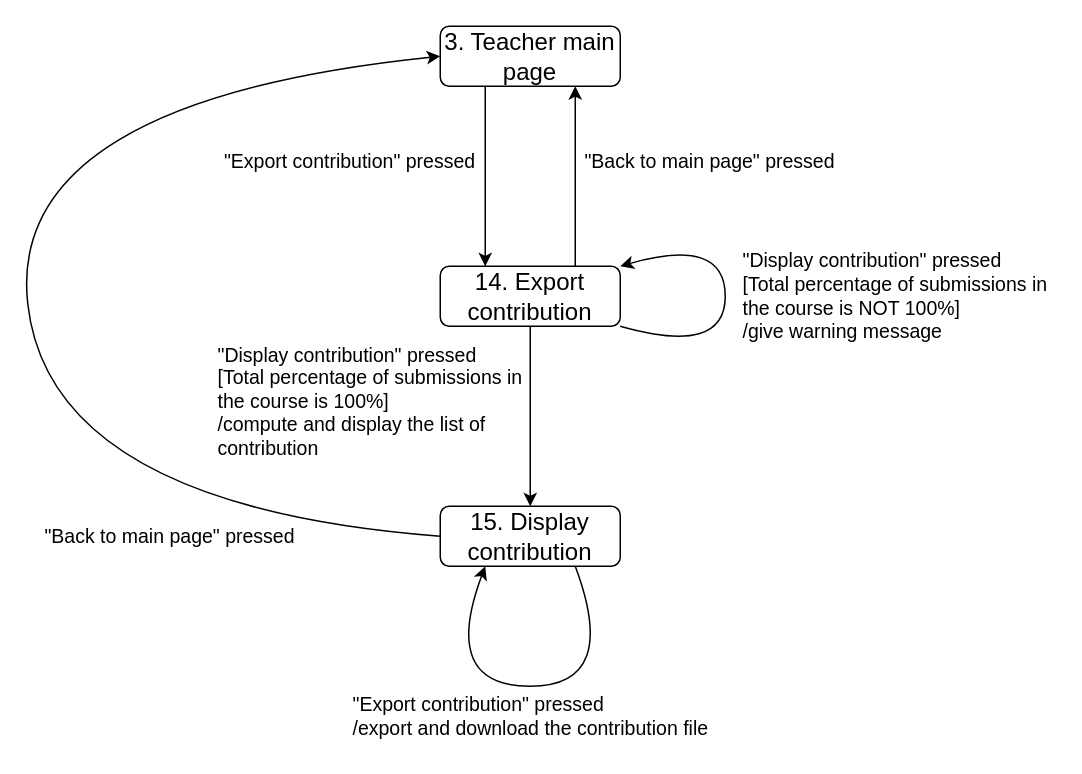
Earlier version of the draw.io diagram Documents/Specifications/Diagrams/3.5_ExportContribution.drawio (ShyScott/Air). Source tidied: cells renumbered, new cells numbered last; positions are measured from the earlier drawing's top-left corner, leaving out a move shared by most shapes. Both pictures are drawn from the tidied source at 150%, with x=0, y=0 at pixel (4, 26).
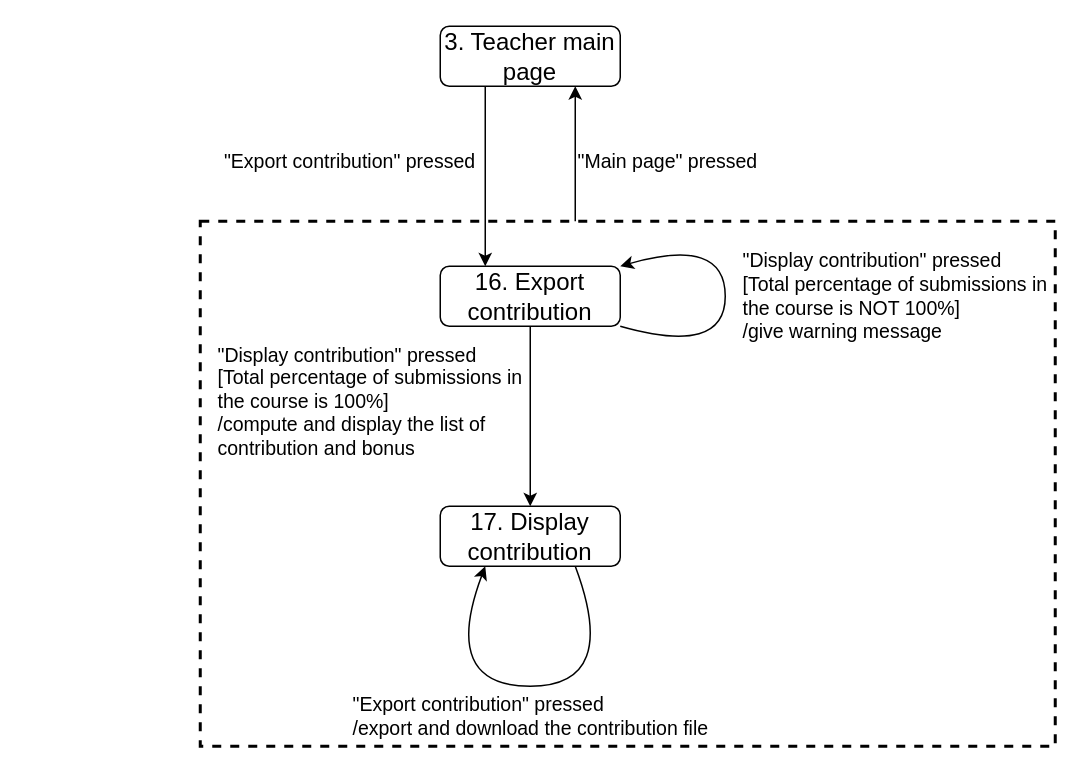
The same page after the edit.

The change refers to these unchanged cells:
```xml
<mxCell id="3" value="&lt;font style=&quot;font-size: 16px&quot;&gt;3. Teacher main page&lt;/font&gt;" style="rounded=1;whiteSpace=wrap;html=1;" parent="1" vertex="1">
  <mxGeometry x="290" width="120" height="40" as="geometry" />
</mxCell>
```

The edit, as a diff of the source:
```diff
@@
+    <mxCell id="17" style="rounded=0;whiteSpace=wrap;html=1;fillColor=none;dashed=1;strokeWidth=2;" parent="1" vertex="1">
+      <mxGeometry x="130" y="130" width="570" height="350" as="geometry" />
+    </mxCell>
@@
-    <mxCell id="4" style="edgeStyle=orthogonalEdgeStyle;rounded=0;jettySize=auto;html=1;exitX=0.75;exitY=0;exitDx=0;exitDy=0;entryX=0.75;entryY=1;entryDx=0;entryDy=0;" parent="1" edge="1" source="6" target="3">
-      <mxGeometry relative="1" as="geometry" />
+    <mxCell id="4" style="edgeStyle=orthogonalEdgeStyle;rounded=0;jettySize=auto;html=1;entryX=0.75;entryY=1;entryDx=0;entryDy=0;" parent="1" edge="1" source="17" target="3">
+      <mxGeometry relative="1" as="geometry">
+        <Array as="points">
+          <mxPoint x="380" y="100" />
+          <mxPoint x="380" y="100" />
+        </Array>
+      </mxGeometry>
     </mxCell>
@@
-    <mxCell id="6" value="&lt;span style=&quot;font-size: 16px&quot;&gt;14. Export contribution&lt;/span&gt;" style="rounded=1;whiteSpace=wrap;html=1;" parent="1" vertex="1">
+    <mxCell id="6" value="&lt;span style=&quot;font-size: 16px&quot;&gt;16. Export contribution&lt;/span&gt;" style="rounded=1;whiteSpace=wrap;html=1;" parent="1" vertex="1">
       <mxGeometry x="290" y="160" width="120" height="40" as="geometry" />
     </mxCell>
@@
-    <mxCell id="8" value="&lt;span style=&quot;font-size: 13px&quot;&gt;&quot;Display contribution&quot; pressed&lt;br&gt;[Total percentage of submissions in the course is 100%]&lt;br&gt;/compute and display the list of contribution&lt;br&gt;&lt;/span&gt;" style="text;html=1;strokeColor=none;fillColor=none;align=left;verticalAlign=middle;whiteSpace=wrap;rounded=0;" parent="1" vertex="1">
+    <mxCell id="8" value="&lt;span style=&quot;font-size: 13px&quot;&gt;&quot;Display contribution&quot; pressed&lt;br&gt;[Total percentage of submissions in the course is 100%]&lt;br&gt;/compute and display the list of contribution and bonus&lt;br&gt;&lt;/span&gt;" style="text;html=1;strokeColor=none;fillColor=none;align=left;verticalAlign=middle;whiteSpace=wrap;rounded=0;" parent="1" vertex="1">
       <mxGeometry x="140" y="210" width="210" height="80" as="geometry" />
     </mxCell>
-    <mxCell id="9" style="curved=1;endArrow=classic;html=1;exitX=0;exitY=0.5;exitDx=0;exitDy=0;entryX=0;entryY=0.5;entryDx=0;entryDy=0;" parent="1" edge="1" source="15" target="3">
-      <mxGeometry relative="1" as="geometry">
-        <Array as="points">
-          <mxPoint x="30" y="320" />
-          <mxPoint y="50" />
-        </Array>
-      </mxGeometry>
-    </mxCell>
-    <mxCell id="10" value="&lt;span style=&quot;font-size: 13px&quot;&gt;&quot;Back to main page&quot; pressed&lt;/span&gt;" style="text;html=1;strokeColor=none;fillColor=none;align=center;verticalAlign=middle;whiteSpace=wrap;rounded=0;" parent="1" vertex="1">
-      <mxGeometry x="380" y="80" width="180" height="20" as="geometry" />
+    <mxCell id="10" value="&lt;span style=&quot;font-size: 13px&quot;&gt;&quot;Main page&quot; pressed&lt;/span&gt;" style="text;html=1;strokeColor=none;fillColor=none;align=left;verticalAlign=middle;whiteSpace=wrap;rounded=0;" parent="1" vertex="1">
+      <mxGeometry x="380" y="80" width="140" height="20" as="geometry" />
     </mxCell>
@@
-    <mxCell id="15" value="&lt;span style=&quot;font-size: 16px&quot;&gt;15. Display contribution&lt;/span&gt;" style="rounded=1;whiteSpace=wrap;html=1;" parent="1" vertex="1">
+    <mxCell id="15" value="&lt;span style=&quot;font-size: 16px&quot;&gt;17. Display contribution&lt;/span&gt;" style="rounded=1;whiteSpace=wrap;html=1;" parent="1" vertex="1">
       <mxGeometry x="290" y="320" width="120" height="40" as="geometry" />
     </mxCell>
-    <mxCell id="16" value="&lt;span style=&quot;font-size: 13px&quot;&gt;&quot;Back to main page&quot; pressed&lt;/span&gt;" style="text;html=1;strokeColor=none;fillColor=none;align=center;verticalAlign=middle;whiteSpace=wrap;rounded=0;" parent="1" vertex="1">
-      <mxGeometry x="20" y="330" width="180" height="20" as="geometry" />
-    </mxCell>
```
